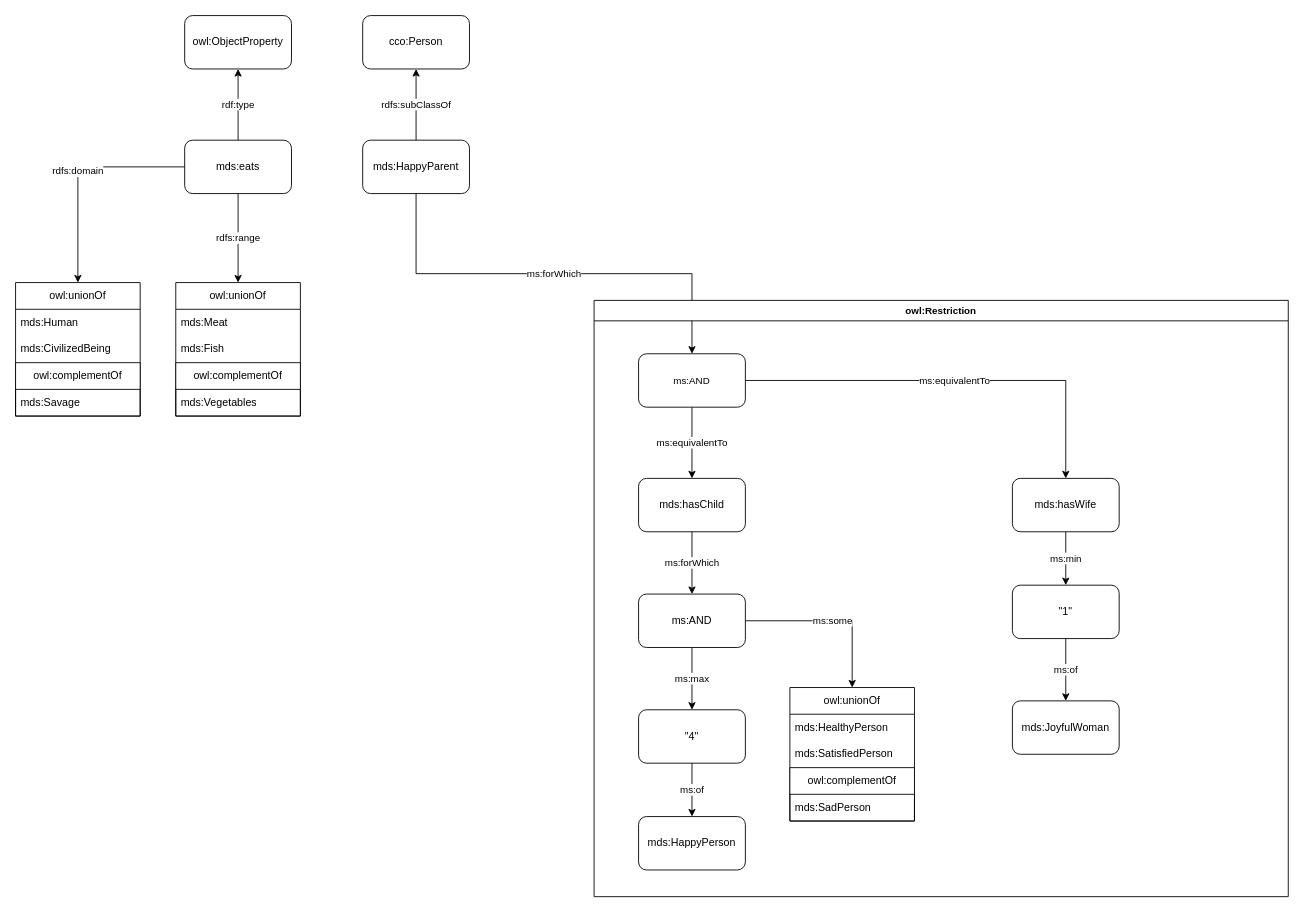
The draw.io diagram container-test.drawio in cwru-sdle/CEMENTO, before the edit. Source tidied: cells renumbered, new cells numbered last; positions are measured from the earlier drawing's top-left corner, leaving out a move shared by most shapes. Both pictures are drawn from the tidied source at 89%, with x=0, y=0 at pixel (15, 15).
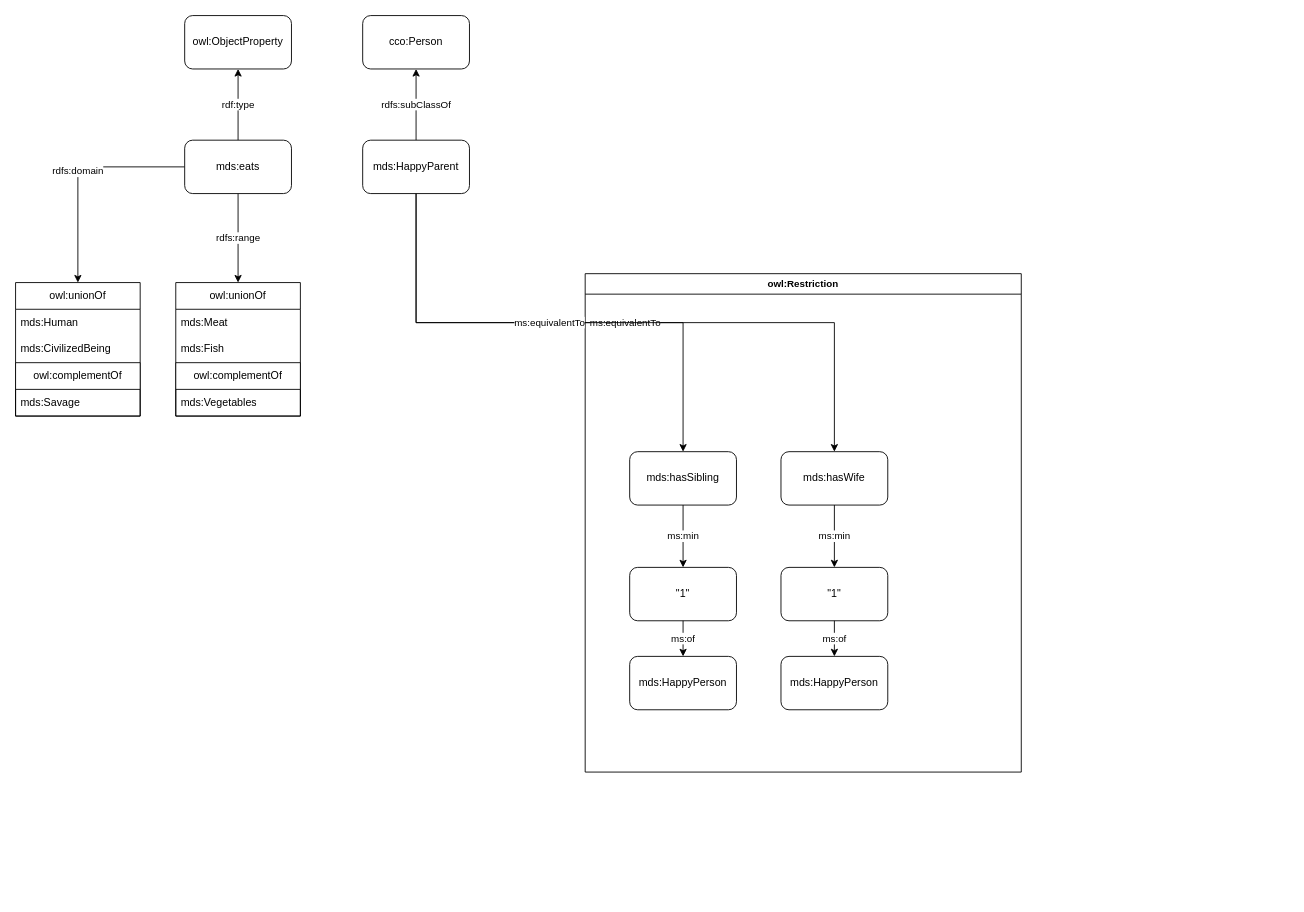
The same page after the edit.

The change refers to these unchanged cells:
```xml
<mxCell id="15" value="mds:HappyParent" style="rounded=1;whiteSpace=wrap;html=1;" parent="1" vertex="1">
  <mxGeometry x="390" y="140" width="120" height="60" as="geometry" />
</mxCell>
```

What changed in the source:
```diff
@@
-    <mxCell id="14" value="ms:forWhich" style="edgeStyle=orthogonalEdgeStyle;shape=connector;rounded=0;jettySize=auto;html=1;exitX=0.5;exitY=1;exitDx=0;exitDy=0;strokeColor=default;align=center;verticalAlign=middle;fontFamily=Helvetica;fontSize=11;fontColor=default;labelBackgroundColor=default;endArrow=classic;entryX=0.5;entryY=0;entryDx=0;entryDy=0;" parent="1" edge="1" source="15" target="29">
-      <mxGeometry relative="1" as="geometry" />
-    </mxCell>
+    <mxCell id="43" value="ms:equivalentTo" style="edgeStyle=orthogonalEdgeStyle;rounded=0;jettySize=auto;html=1;exitX=0.5;exitY=1;exitDx=0;exitDy=0;entryX=0.5;entryY=0;entryDx=0;entryDy=0;" parent="1" edge="1" source="15" target="31">
+      <mxGeometry relative="1" as="geometry" />
+    </mxCell>
@@
     <mxCell id="21" value="owl:Restriction" style="swimlane;whiteSpace=wrap;html=1;fontFamily=Helvetica;fontSize=11;fontColor=default;labelBackgroundColor=default;" parent="1" vertex="1">
-      <mxGeometry x="650" y="320" width="780" height="670" as="geometry" />
+      <mxGeometry x="640" y="290" width="490" height="560" as="geometry" />
     </mxCell>
-    <mxCell id="22" value="mds:hasChild" style="rounded=1;whiteSpace=wrap;html=1;" parent="21" vertex="1">
+    <mxCell id="22" value="mds:hasSibling" style="rounded=1;whiteSpace=wrap;html=1;" parent="21" vertex="1">
       <mxGeometry x="50" y="200" width="120" height="60" as="geometry" />
     </mxCell>
-    <mxCell id="23" value="&quot;4&quot;" style="rounded=1;whiteSpace=wrap;html=1;" parent="21" vertex="1">
-      <mxGeometry x="50" y="460" width="120" height="60" as="geometry" />
+    <mxCell id="23" value="&quot;1&quot;" style="rounded=1;whiteSpace=wrap;html=1;" parent="21" vertex="1">
+      <mxGeometry x="50" y="330" width="120" height="60" as="geometry" />
     </mxCell>
-    <mxCell id="24" value="ms:forWhich" style="edgeStyle=orthogonalEdgeStyle;shape=connector;rounded=0;jettySize=auto;html=1;strokeColor=default;align=center;verticalAlign=middle;fontFamily=Helvetica;fontSize=11;fontColor=default;labelBackgroundColor=default;endArrow=classic;entryX=0.5;entryY=0;entryDx=0;entryDy=0;" parent="21" edge="1" source="22" target="37">
+    <mxCell id="24" value="ms:min" style="edgeStyle=orthogonalEdgeStyle;shape=connector;rounded=0;jettySize=auto;html=1;strokeColor=default;align=center;verticalAlign=middle;fontFamily=Helvetica;fontSize=11;fontColor=default;labelBackgroundColor=default;endArrow=classic;" parent="21" edge="1" source="22" target="23">
       <mxGeometry relative="1" as="geometry" />
     </mxCell>
@@
     <mxCell id="26" value="mds:HappyPerson" style="rounded=1;whiteSpace=wrap;html=1;" parent="21" vertex="1">
-      <mxGeometry x="50" y="580" width="120" height="60" as="geometry" />
+      <mxGeometry x="50" y="430" width="120" height="60" as="geometry" />
     </mxCell>
-    <mxCell id="27" value="ms:equivalentTo" style="edgeStyle=orthogonalEdgeStyle;shape=connector;rounded=0;jettySize=auto;html=1;strokeColor=default;align=center;verticalAlign=middle;fontFamily=Helvetica;fontSize=11;fontColor=default;labelBackgroundColor=default;endArrow=classic;" parent="21" edge="1" source="29" target="22">
-      <mxGeometry relative="1" as="geometry" />
-    </mxCell>
-    <mxCell id="28" value="ms:equivalentTo" style="edgeStyle=orthogonalEdgeStyle;shape=connector;rounded=0;jettySize=auto;html=1;exitX=1;exitY=0.5;exitDx=0;exitDy=0;entryX=0.5;entryY=0;entryDx=0;entryDy=0;strokeColor=default;align=center;verticalAlign=middle;fontFamily=Helvetica;fontSize=11;fontColor=default;labelBackgroundColor=default;endArrow=classic;" parent="21" edge="1" source="29" target="31">
-      <mxGeometry relative="1" as="geometry" />
-    </mxCell>
-    <mxCell id="29" value="ms:AND" style="rounded=1;whiteSpace=wrap;html=1;fontFamily=Helvetica;fontSize=11;fontColor=default;labelBackgroundColor=default;" parent="21" vertex="1">
-      <mxGeometry x="50" y="60" width="120" height="60" as="geometry" />
-    </mxCell>
+    <mxCell id="31" value="mds:hasWife" style="rounded=1;whiteSpace=wrap;html=1;" parent="21" vertex="1">
+      <mxGeometry x="220" y="200" width="120" height="60" as="geometry" />
+    </mxCell>
+    <mxCell id="33" value="&quot;1&quot;" style="rounded=1;whiteSpace=wrap;html=1;" parent="21" vertex="1">
+      <mxGeometry x="220" y="330" width="120" height="60" as="geometry" />
+    </mxCell>
@@
-    <mxCell id="31" value="mds:hasWife" style="rounded=1;whiteSpace=wrap;html=1;" parent="21" vertex="1">
-      <mxGeometry x="470" y="200" width="120" height="60" as="geometry" />
-    </mxCell>
-    <mxCell id="32" value="ms:of" style="edgeStyle=orthogonalEdgeStyle;shape=connector;rounded=0;jettySize=auto;html=1;strokeColor=default;align=center;verticalAlign=middle;fontFamily=Helvetica;fontSize=11;fontColor=default;labelBackgroundColor=default;endArrow=classic;" parent="21" edge="1" source="33" target="34">
+    <mxCell id="32" value="ms:of" style="edgeStyle=orthogonalEdgeStyle;shape=connector;rounded=0;jettySize=auto;html=1;strokeColor=default;align=center;verticalAlign=middle;fontFamily=Helvetica;fontSize=11;fontColor=default;labelBackgroundColor=default;endArrow=classic;" parent="21" edge="1" source="33" target="44">
       <mxGeometry relative="1" as="geometry" />
     </mxCell>
-    <mxCell id="33" value="&quot;1&quot;" style="rounded=1;whiteSpace=wrap;html=1;" parent="21" vertex="1">
-      <mxGeometry x="470" y="320" width="120" height="60" as="geometry" />
-    </mxCell>
-    <mxCell id="34" value="mds:JoyfulWoman" style="rounded=1;whiteSpace=wrap;html=1;" parent="21" vertex="1">
-      <mxGeometry x="470" y="450" width="120" height="60" as="geometry" />
-    </mxCell>
-    <mxCell id="35" value="ms:max" style="edgeStyle=orthogonalEdgeStyle;rounded=0;jettySize=auto;html=1;" parent="21" edge="1" source="37" target="23">
-      <mxGeometry relative="1" as="geometry">
-        <Array as="points">
-          <mxPoint x="110" y="430" />
-          <mxPoint x="110" y="430" />
-        </Array>
-      </mxGeometry>
-    </mxCell>
-    <mxCell id="36" value="ms:some" style="edgeStyle=orthogonalEdgeStyle;rounded=0;jettySize=auto;html=1;exitX=1;exitY=0.5;exitDx=0;exitDy=0;entryX=0.5;entryY=0;entryDx=0;entryDy=0;" parent="21" edge="1" source="37" target="38">
-      <mxGeometry relative="1" as="geometry" />
-    </mxCell>
-    <mxCell id="37" value="ms:AND" style="rounded=1;whiteSpace=wrap;html=1;" parent="21" vertex="1">
-      <mxGeometry x="50" y="330" width="120" height="60" as="geometry" />
-    </mxCell>
-    <mxCell id="38" value="owl:unionOf" style="swimlane;fontStyle=0;horizontal=1;startSize=30;whiteSpace=wrap;html=1;" parent="21" vertex="1">
-      <mxGeometry x="220" y="435" width="140" height="150" as="geometry" />
-    </mxCell>
-    <mxCell id="39" value="mds:HealthyPerson" style="text;strokeColor=none;fillColor=none;align=left;verticalAlign=middle;spacingLeft=4;spacingRight=4;overflow=hidden;whiteSpace=wrap;html=1;" parent="38" vertex="1">
-      <mxGeometry y="30" width="140" height="30" as="geometry" />
-    </mxCell>
-    <mxCell id="40" value="mds:SatisfiedPerson" style="text;strokeColor=none;fillColor=none;align=left;verticalAlign=middle;spacingLeft=4;spacingRight=4;overflow=hidden;whiteSpace=wrap;html=1;" parent="38" vertex="1">
-      <mxGeometry y="60" width="140" height="30" as="geometry" />
-    </mxCell>
-    <mxCell id="41" value="owl:complementOf" style="swimlane;fontStyle=0;horizontal=1;startSize=30;whiteSpace=wrap;html=1;" parent="38" vertex="1">
-      <mxGeometry y="90" width="140" height="60" as="geometry" />
-    </mxCell>
-    <mxCell id="42" value="mds:SadPerson" style="text;strokeColor=none;fillColor=none;align=left;verticalAlign=middle;spacingLeft=4;spacingRight=4;overflow=hidden;whiteSpace=wrap;html=1;" parent="41" vertex="1">
-      <mxGeometry y="30" width="140" height="30" as="geometry" />
-    </mxCell>
+    <mxCell id="44" value="mds:HappyPerson" style="rounded=1;whiteSpace=wrap;html=1;" parent="21" vertex="1">
+      <mxGeometry x="220" y="430" width="120" height="60" as="geometry" />
+    </mxCell>
+    <mxCell id="45" value="ms:equivalentTo" style="edgeStyle=orthogonalEdgeStyle;rounded=0;jettySize=auto;html=1;exitX=0.5;exitY=1;exitDx=0;exitDy=0;entryX=0.5;entryY=0;entryDx=0;entryDy=0;" parent="1" edge="1" source="15" target="22">
+      <mxGeometry relative="1" as="geometry" />
+    </mxCell>
```
